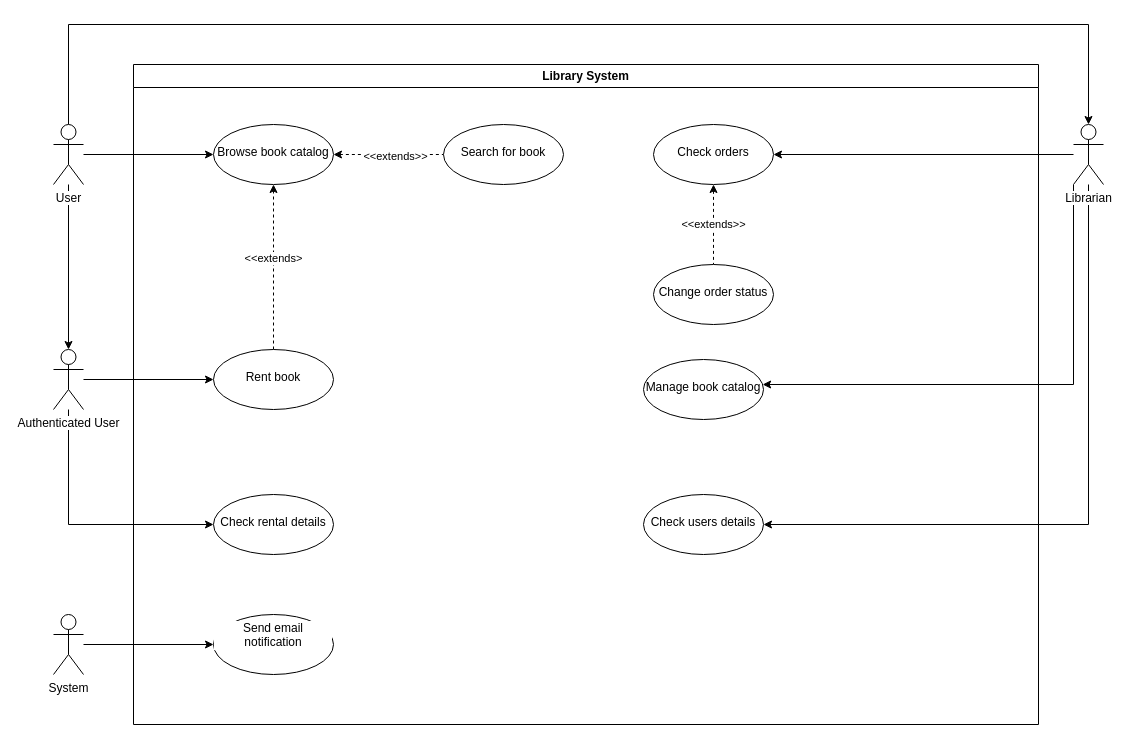
dzasta997/awt keeps this draw.io diagram as Untitled Diagram.drawio. Above is the earlier version. Source tidied: cells renumbered, new cells numbered last; positions are measured from the earlier drawing's top-left corner, leaving out a move shared by most shapes. Both pictures are drawn from the tidied source at 100%, with x=0, y=0 at pixel (53, 24).
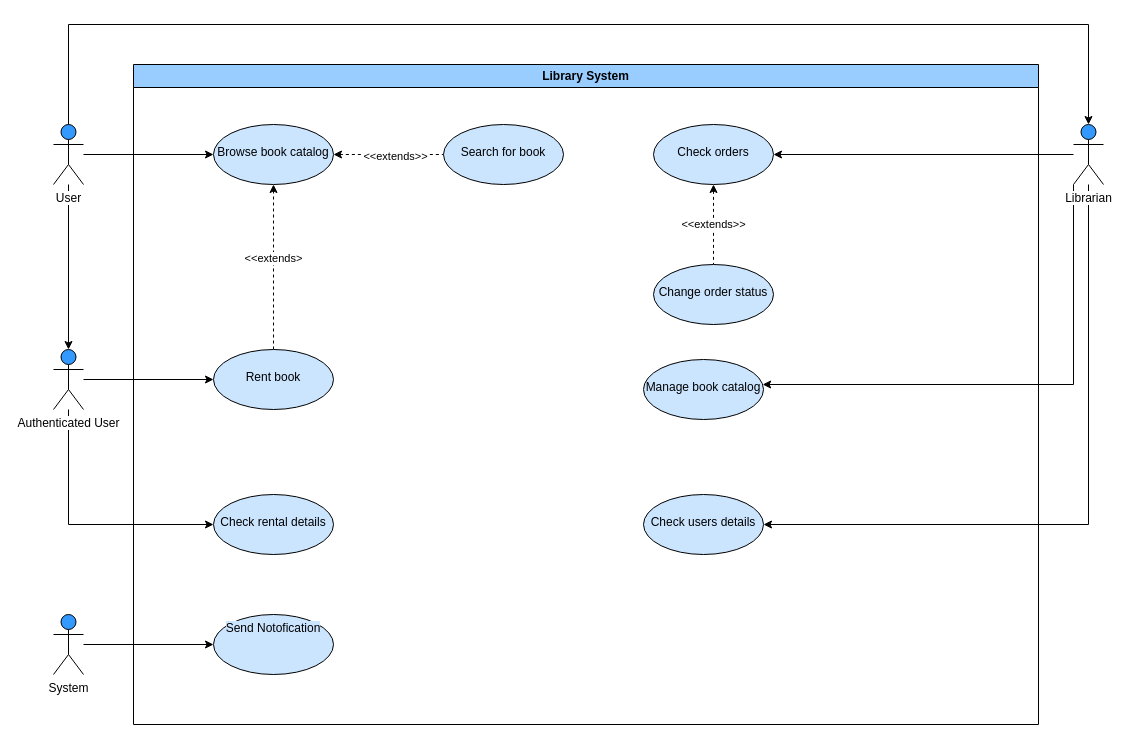
The same diagram, later.

What changed in the source:
```diff
@@
-    <mxCell id="2" value="Library System" style="swimlane;whiteSpace=wrap;html=1;" parent="1" vertex="1">
+    <mxCell id="2" value="Library System" style="swimlane;whiteSpace=wrap;html=1;fillColor=#99CCFF;" parent="1" vertex="1">
       <mxGeometry x="80" y="40" width="905" height="660" as="geometry" />
     </mxCell>
@@
-    <mxCell id="5" value="&lt;br&gt;Browse book catalog" style="ellipse;whiteSpace=wrap;html=1;verticalAlign=top;" parent="2" vertex="1">
+    <mxCell id="5" value="&lt;br&gt;Browse book catalog" style="ellipse;whiteSpace=wrap;html=1;verticalAlign=top;fillColor=#CCE5FF;" parent="2" vertex="1">
       <mxGeometry x="80" y="60" width="120" height="60" as="geometry" />
     </mxCell>
-    <mxCell id="6" value="&lt;br&gt;Search for book" style="ellipse;whiteSpace=wrap;html=1;verticalAlign=top;" parent="2" vertex="1">
+    <mxCell id="6" value="&lt;br&gt;Search for book" style="ellipse;whiteSpace=wrap;html=1;verticalAlign=top;fillColor=#CCE5FF;" parent="2" vertex="1">
       <mxGeometry x="310" y="60" width="120" height="60" as="geometry" />
     </mxCell>
@@
-    <mxCell id="9" value="&lt;br&gt;Rent book" style="ellipse;whiteSpace=wrap;html=1;verticalAlign=top;" parent="2" vertex="1">
+    <mxCell id="9" value="&lt;br&gt;Rent book" style="ellipse;whiteSpace=wrap;html=1;verticalAlign=top;fillColor=#CCE5FF;" parent="2" vertex="1">
       <mxGeometry x="80" y="285" width="120" height="60" as="geometry" />
     </mxCell>
-    <mxCell id="10" value="&lt;br&gt;Check rental details" style="ellipse;whiteSpace=wrap;html=1;verticalAlign=top;" parent="2" vertex="1">
+    <mxCell id="10" value="&lt;br&gt;Check rental details" style="ellipse;whiteSpace=wrap;html=1;verticalAlign=top;fillColor=#CCE5FF;" parent="2" vertex="1">
       <mxGeometry x="80" y="430" width="120" height="60" as="geometry" />
     </mxCell>
@@
-    <mxCell id="12" value="&lt;br&gt;Check orders" style="ellipse;whiteSpace=wrap;html=1;verticalAlign=top;" parent="2" vertex="1">
+    <mxCell id="12" value="&lt;br&gt;Check orders" style="ellipse;whiteSpace=wrap;html=1;verticalAlign=top;fillColor=#CCE5FF;" parent="2" vertex="1">
       <mxGeometry x="520" y="60" width="120" height="60" as="geometry" />
     </mxCell>
-    <mxCell id="13" value="&lt;br&gt;Change order status" style="ellipse;whiteSpace=wrap;html=1;verticalAlign=top;" parent="2" vertex="1">
+    <mxCell id="13" value="&lt;br&gt;Change order status" style="ellipse;whiteSpace=wrap;html=1;verticalAlign=top;fillColor=#CCE5FF;" parent="2" vertex="1">
       <mxGeometry x="520" y="200" width="120" height="60" as="geometry" />
     </mxCell>
-    <mxCell id="14" value="&lt;br&gt;Manage book catalog" style="ellipse;whiteSpace=wrap;html=1;verticalAlign=top;" parent="2" vertex="1">
+    <mxCell id="14" value="&lt;br&gt;Manage book catalog" style="ellipse;whiteSpace=wrap;html=1;verticalAlign=top;fillColor=#CCE5FF;" parent="2" vertex="1">
       <mxGeometry x="510" y="295" width="120" height="60" as="geometry" />
     </mxCell>
-    <mxCell id="15" value="&lt;br&gt;Check users details" style="ellipse;whiteSpace=wrap;html=1;verticalAlign=top;" parent="2" vertex="1">
+    <mxCell id="15" value="&lt;br&gt;Check users details" style="ellipse;whiteSpace=wrap;html=1;verticalAlign=top;fillColor=#CCE5FF;" parent="2" vertex="1">
       <mxGeometry x="510" y="430" width="120" height="60" as="geometry" />
     </mxCell>
-    <mxCell id="16" value="&lt;div style=&quot;line-height: 120%;&quot;&gt;Send email notification&lt;/div&gt;" style="ellipse;whiteSpace=wrap;html=1;verticalAlign=top;labelBackgroundColor=#FFFFFF;align=center;" parent="2" vertex="1">
-      <mxGeometry x="80" y="550" width="120" height="60" as="geometry" />
-    </mxCell>
+    <mxCell id="30" value="&lt;span style=&quot;background-color: rgb(204, 229, 255);&quot;&gt;Send Notofication&lt;br&gt;&lt;/span&gt;" style="ellipse;whiteSpace=wrap;html=1;verticalAlign=top;fillColor=#CCE5FF;labelBackgroundColor=#FFFFFF;" parent="2" vertex="1">
+      <mxGeometry x="80" y="550" width="120" height="60" as="geometry" />
+    </mxCell>
@@
-    <mxCell id="20" value="&lt;span style=&quot;background-color: rgb(255, 255, 255);&quot;&gt;User&lt;/span&gt;" style="shape=umlActor;verticalLabelPosition=bottom;verticalAlign=top;html=1;outlineConnect=0;" parent="1" vertex="1">
+    <mxCell id="20" value="&lt;span style=&quot;background-color: rgb(255, 255, 255);&quot;&gt;User&lt;/span&gt;" style="shape=umlActor;verticalLabelPosition=bottom;verticalAlign=top;html=1;outlineConnect=0;fillColor=#3399FF;" parent="1" vertex="1">
       <mxGeometry y="100" width="30" height="60" as="geometry" />
     </mxCell>
@@
-    <mxCell id="23" value="&lt;span style=&quot;background-color: rgb(255, 255, 255);&quot;&gt;Authenticated User&lt;/span&gt;" style="shape=umlActor;verticalLabelPosition=bottom;verticalAlign=top;html=1;outlineConnect=0;" parent="1" vertex="1">
+    <mxCell id="23" value="&lt;span style=&quot;background-color: rgb(255, 255, 255);&quot;&gt;Authenticated User&lt;/span&gt;" style="shape=umlActor;verticalLabelPosition=bottom;verticalAlign=top;html=1;outlineConnect=0;fillColor=#3399FF;" parent="1" vertex="1">
       <mxGeometry y="325" width="30" height="60" as="geometry" />
     </mxCell>
@@
-    <mxCell id="27" value="&lt;span style=&quot;background-color: rgb(255, 255, 255);&quot;&gt;Librarian&lt;/span&gt;" style="shape=umlActor;verticalLabelPosition=bottom;verticalAlign=top;html=1;outlineConnect=0;" parent="1" vertex="1">
+    <mxCell id="27" value="&lt;span style=&quot;background-color: rgb(255, 255, 255);&quot;&gt;Librarian&lt;/span&gt;" style="shape=umlActor;verticalLabelPosition=bottom;verticalAlign=top;html=1;outlineConnect=0;fillColor=#3399FF;" parent="1" vertex="1">
       <mxGeometry x="1020" y="100" width="30" height="60" as="geometry" />
     </mxCell>
-    <mxCell id="28" style="edgeStyle=orthogonalEdgeStyle;rounded=0;jettySize=auto;html=1;startArrow=none;startFill=0;endArrow=classic;endFill=1;" parent="1" edge="1" source="29" target="16">
-      <mxGeometry relative="1" as="geometry" />
-    </mxCell>
+    <mxCell id="31" style="edgeStyle=orthogonalEdgeStyle;rounded=0;jettySize=auto;html=1;startArrow=none;startFill=0;endArrow=classic;endFill=1;" parent="1" edge="1" source="29" target="30">
+      <mxGeometry relative="1" as="geometry" />
+    </mxCell>
-    <mxCell id="29" value="System" style="shape=umlActor;verticalLabelPosition=bottom;verticalAlign=top;html=1;outlineConnect=0;labelBackgroundColor=#FFFFFF;" parent="1" vertex="1">
+    <mxCell id="29" value="System" style="shape=umlActor;verticalLabelPosition=bottom;verticalAlign=top;html=1;outlineConnect=0;labelBackgroundColor=#FFFFFF;fillColor=#3399FF;" parent="1" vertex="1">
       <mxGeometry y="590" width="30" height="60" as="geometry" />
     </mxCell>
```
